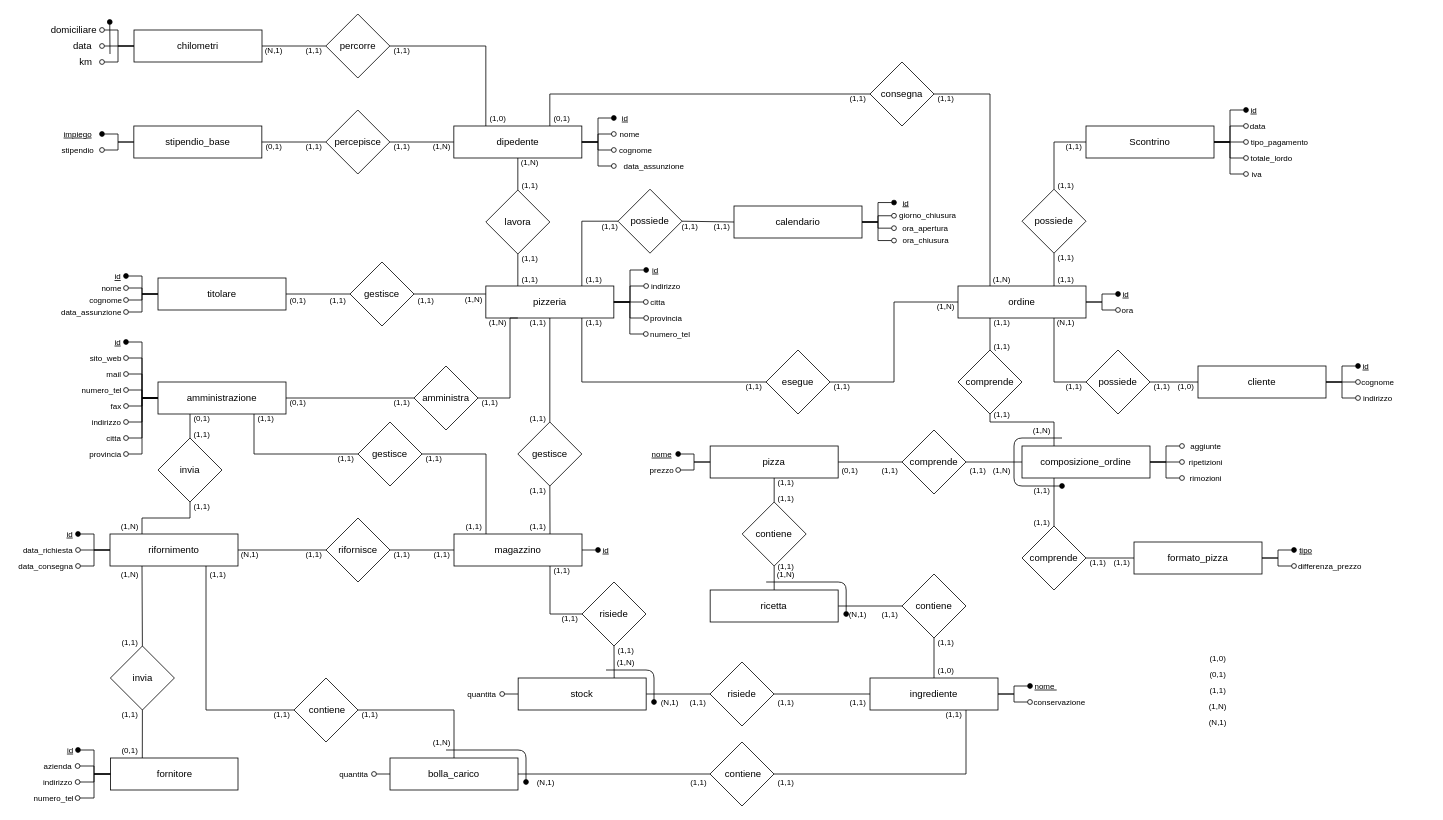
This is Draw/PaduPizzaER-ristrutturato.drawio from NicholasPilotto/PaduPizza, a draw.io file, before an edit. Source tidied: cells renumbered, new cells numbered last; positions are measured from the earlier drawing's top-left corner, leaving out a move shared by most shapes. Both pictures are drawn from the tidied source at 80%, with x=0, y=0 at pixel (14, 14).
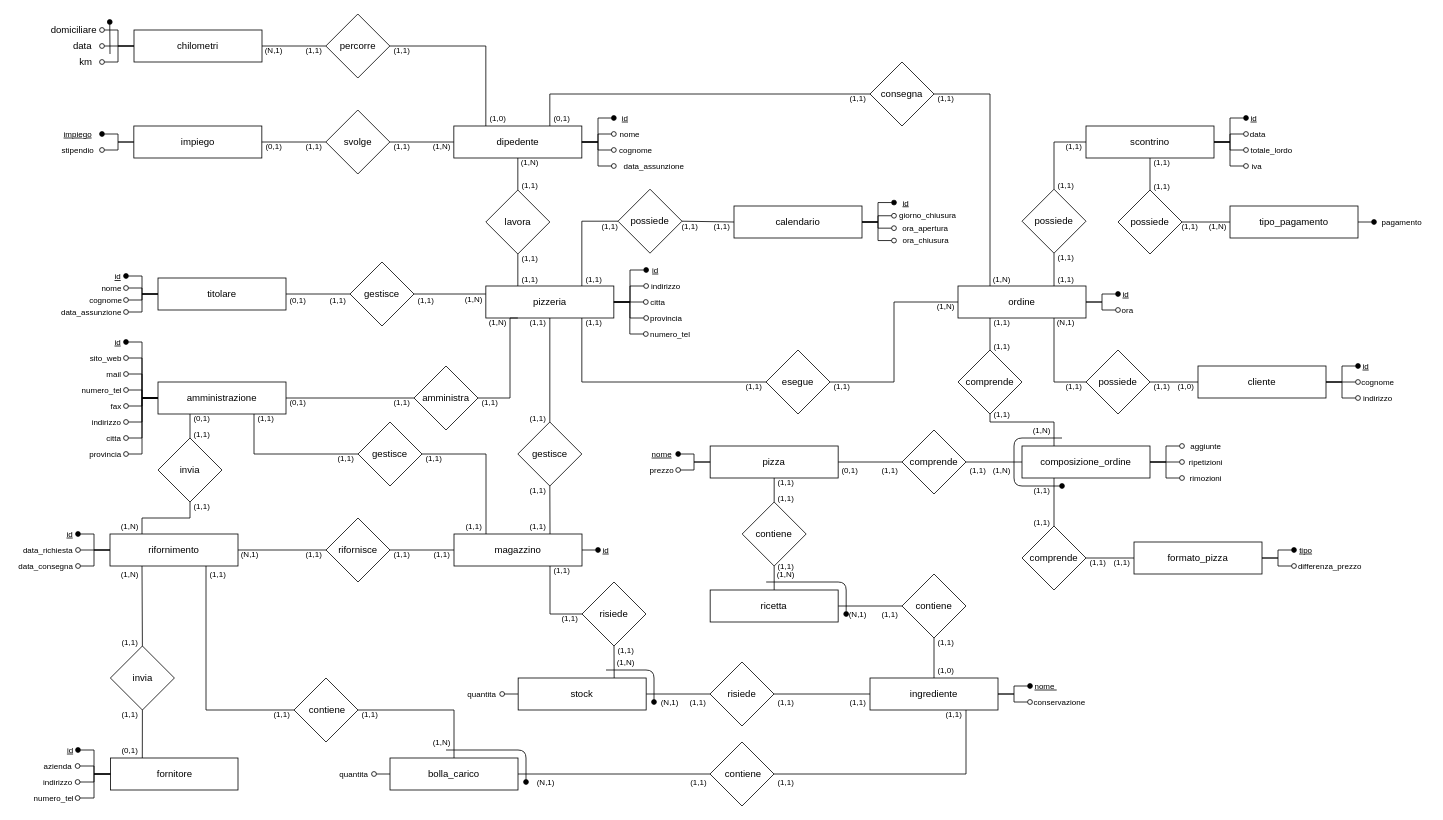
Above is the later version.

What changed in the source:
```diff
@@
-    <mxCell id="10" value="Scontrino" style="whiteSpace=wrap;html=1;align=center;comic=0;noLabel=0;portConstraintRotation=0;rounded=0;glass=0;sketch=0;shadow=0;" parent="1" vertex="1">
+    <mxCell id="10" value="scontrino" style="whiteSpace=wrap;html=1;align=center;comic=0;noLabel=0;portConstraintRotation=0;rounded=0;glass=0;sketch=0;shadow=0;" parent="1" vertex="1">
       <mxGeometry x="1340" y="140" width="160" height="40" as="geometry" />
     </mxCell>
@@
     <mxCell id="72" value="&lt;u&gt;id&lt;/u&gt;" style="text;html=1;strokeColor=none;fillColor=none;align=center;verticalAlign=middle;whiteSpace=wrap;rounded=0;fontSize=10;" parent="1" vertex="1">
-      <mxGeometry x="1540" y="115" width="20" height="10" as="geometry" />
+      <mxGeometry x="1540" y="125" width="20" height="10" as="geometry" />
     </mxCell>
@@
     <mxCell id="74" value="data" style="text;html=1;strokeColor=none;fillColor=none;align=center;verticalAlign=middle;whiteSpace=wrap;rounded=0;fontSize=10;" parent="1" vertex="1">
-      <mxGeometry x="1540" y="135" width="30" height="10" as="geometry" />
+      <mxGeometry x="1540" y="145" width="30" height="10" as="geometry" />
     </mxCell>
-    <mxCell id="75" style="endArrow=none;html=1;fillColor=#000000;fontSize=10;entryX=1;entryY=0.5;entryDx=0;entryDy=0;exitX=0;exitY=0.5;exitDx=0;exitDy=0;startArrow=oval;startFill=0;rounded=0;edgeStyle=elbowEdgeStyle;" parent="1" edge="1" source="76" target="10">
-      <mxGeometry relative="1" as="geometry" />
-    </mxCell>
-    <mxCell id="76" value="tipo_pagamento&amp;nbsp;&amp;nbsp;" style="text;html=1;strokeColor=none;fillColor=none;align=center;verticalAlign=middle;whiteSpace=wrap;rounded=0;fontSize=10;" parent="1" vertex="1">
-      <mxGeometry x="1540" y="155" width="90" height="10" as="geometry" />
-    </mxCell>
@@
     <mxCell id="78" value="totale_lordo&amp;nbsp;&amp;nbsp;" style="text;html=1;strokeColor=none;fillColor=none;align=center;verticalAlign=middle;whiteSpace=wrap;rounded=0;fontSize=10;" parent="1" vertex="1">
-      <mxGeometry x="1540" y="175" width="70" height="10" as="geometry" />
+      <mxGeometry x="1540" y="165" width="70" height="10" as="geometry" />
     </mxCell>
@@
     <mxCell id="80" value="iva&amp;nbsp;" style="text;html=1;strokeColor=none;fillColor=none;align=center;verticalAlign=middle;whiteSpace=wrap;rounded=0;fontSize=10;" parent="1" vertex="1">
-      <mxGeometry x="1540" y="195" width="30" height="10" as="geometry" />
+      <mxGeometry x="1540" y="185" width="30" height="10" as="geometry" />
     </mxCell>
@@
-    <mxCell id="99" value="stipendio_base" style="whiteSpace=wrap;html=1;align=center;comic=0;noLabel=0;portConstraintRotation=0;rounded=0;glass=0;sketch=0;shadow=0;" parent="1" vertex="1">
+    <mxCell id="99" value="impiego" style="whiteSpace=wrap;html=1;align=center;comic=0;noLabel=0;portConstraintRotation=0;rounded=0;glass=0;sketch=0;shadow=0;" parent="1" vertex="1">
       <mxGeometry x="149.8" y="140" width="160" height="40" as="geometry" />
     </mxCell>
-    <mxCell id="100" value="percepisce" style="rhombus;whiteSpace=wrap;html=1;" parent="1" vertex="1">
+    <mxCell id="100" value="svolge" style="rhombus;whiteSpace=wrap;html=1;" parent="1" vertex="1">
       <mxGeometry x="389.8" y="120" width="80" height="80" as="geometry" />
     </mxCell>
@@
-    <mxCell id="213" value="(N,1)" style="text;html=1;strokeColor=none;fillColor=none;align=center;verticalAlign=middle;whiteSpace=wrap;rounded=0;fontSize=10;" parent="1" vertex="1">
-      <mxGeometry x="1490" y="880" width="30" height="10" as="geometry" />
-    </mxCell>
-    <mxCell id="214" value="(1,N)" style="text;html=1;strokeColor=none;fillColor=none;align=center;verticalAlign=middle;whiteSpace=wrap;rounded=0;fontSize=10;" parent="1" vertex="1">
-      <mxGeometry x="1490" y="859.8" width="30" height="10.2" as="geometry" />
-    </mxCell>
-    <mxCell id="215" value="(0,1)" style="text;html=1;strokeColor=none;fillColor=none;align=center;verticalAlign=middle;whiteSpace=wrap;rounded=0;fontSize=10;" parent="1" vertex="1">
-      <mxGeometry x="1490" y="820" width="30" height="10" as="geometry" />
-    </mxCell>
@@
-    <mxCell id="217" value="(1,0)" style="text;html=1;strokeColor=none;fillColor=none;align=center;verticalAlign=middle;whiteSpace=wrap;rounded=0;fontSize=10;" parent="1" vertex="1">
-      <mxGeometry x="1490" y="800" width="30" height="10" as="geometry" />
-    </mxCell>
@@
-    <mxCell id="299" value="(1,1)" style="text;html=1;strokeColor=none;fillColor=none;align=center;verticalAlign=middle;whiteSpace=wrap;rounded=0;fontSize=10;" parent="1" vertex="1">
-      <mxGeometry x="1490" y="840" width="30" height="10" as="geometry" />
-    </mxCell>
@@
+    <mxCell id="76" value="tipo_pagamento" style="whiteSpace=wrap;html=1;align=center;comic=0;noLabel=0;portConstraintRotation=0;rounded=0;glass=0;sketch=0;shadow=0;" parent="1" vertex="1">
+      <mxGeometry x="1520" y="240" width="160" height="40" as="geometry" />
+    </mxCell>
+    <mxCell id="318" value="pagamento" style="text;html=1;strokeColor=none;fillColor=none;align=center;verticalAlign=middle;whiteSpace=wrap;rounded=0;fontSize=10;" parent="1" vertex="1">
+      <mxGeometry x="1700" y="255" width="70" height="10" as="geometry" />
+    </mxCell>
+    <mxCell id="319" style="endArrow=none;html=1;fillColor=#000000;fontSize=10;entryX=1;entryY=0.5;entryDx=0;entryDy=0;exitX=0;exitY=0.5;exitDx=0;exitDy=0;startArrow=oval;startFill=1;rounded=0;edgeStyle=elbowEdgeStyle;" parent="1" edge="1" source="318" target="76">
+      <mxGeometry relative="1" as="geometry" />
+    </mxCell>
+    <mxCell id="320" value="possiede" style="rhombus;whiteSpace=wrap;html=1;" parent="1" vertex="1">
+      <mxGeometry x="1380" y="220" width="80" height="80" as="geometry" />
+    </mxCell>
+    <mxCell id="321" style="endArrow=none;html=1;entryX=0.5;entryY=1;entryDx=0;entryDy=0;exitX=0.5;exitY=0;exitDx=0;exitDy=0;rounded=0;elbow=vertical;" parent="1" edge="1" source="320" target="10">
+      <mxGeometry relative="1" as="geometry" />
+    </mxCell>
+    <mxCell id="322" style="endArrow=none;html=1;entryX=1;entryY=0.5;entryDx=0;entryDy=0;exitX=0;exitY=0.5;exitDx=0;exitDy=0;" parent="1" edge="1" source="76" target="320">
+      <mxGeometry relative="1" as="geometry" />
+    </mxCell>
+    <mxCell id="323" value="(1,1)" style="text;html=1;strokeColor=none;fillColor=none;align=center;verticalAlign=middle;whiteSpace=wrap;rounded=0;fontSize=10;" parent="1" vertex="1">
+      <mxGeometry x="1455" y="260.2" width="30" height="10" as="geometry" />
+    </mxCell>
+    <mxCell id="324" value="(1,1)" style="text;html=1;strokeColor=none;fillColor=none;align=center;verticalAlign=middle;whiteSpace=wrap;rounded=0;fontSize=10;" parent="1" vertex="1">
+      <mxGeometry x="1420" y="210" width="30" height="10" as="geometry" />
+    </mxCell>
+    <mxCell id="325" value="(1,1)" style="text;html=1;strokeColor=none;fillColor=none;align=center;verticalAlign=middle;whiteSpace=wrap;rounded=0;fontSize=10;" parent="1" vertex="1">
+      <mxGeometry x="1420" y="180.2" width="30" height="10" as="geometry" />
+    </mxCell>
+    <mxCell id="214" value="(1,N)" style="text;html=1;strokeColor=none;fillColor=none;align=center;verticalAlign=middle;whiteSpace=wrap;rounded=0;fontSize=10;" parent="1" vertex="1">
+      <mxGeometry x="1490" y="260.2" width="30" height="10" as="geometry" />
+    </mxCell>
```
